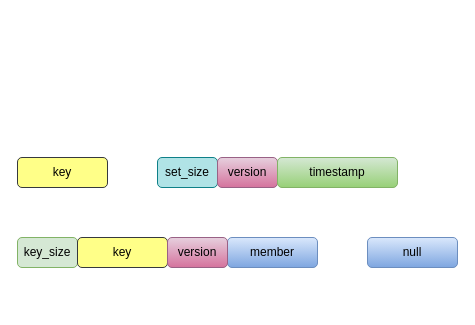
The draw.io diagram images/ocean_store.drawio in rich-broad/ocean_storage, before the edit. Source tidied: cells renumbered, new cells numbered last; positions are measured from the earlier drawing's top-left corner, leaving out a move shared by most shapes. Both pictures are drawn from the tidied source at 100%, with x=0, y=0 at pixel (17, 157).
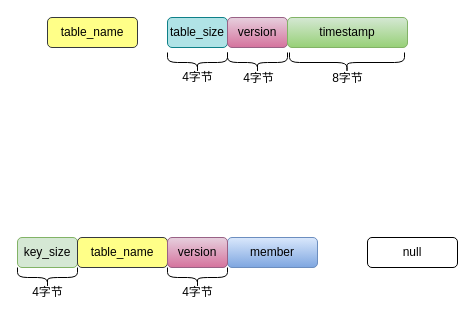
The same diagram, later.

The edit, as a diff of the source:
```diff
@@
-    <mxCell id="3" value="key" style="rounded=1;whiteSpace=wrap;html=1;fillColor=#ffff88;strokeColor=#36393d;" parent="1" vertex="1">
+    <mxCell id="3" value="table_name" style="rounded=1;whiteSpace=wrap;html=1;fillColor=#ffff88;strokeColor=#36393d;" parent="1" vertex="1">
       <mxGeometry x="60" y="80" width="90" height="30" as="geometry" />
     </mxCell>
@@
-    <mxCell id="6" value="null" style="rounded=1;whiteSpace=wrap;html=1;fillColor=#dae8fc;strokeColor=#6c8ebf;gradientColor=#7ea6e0;" parent="1" vertex="1">
+    <mxCell id="6" value="null" style="rounded=1;whiteSpace=wrap;html=1;" parent="1" vertex="1">
       <mxGeometry x="350" y="80" width="90" height="30" as="geometry" />
     </mxCell>
-    <mxCell id="7" value="key" style="rounded=1;whiteSpace=wrap;html=1;fillColor=#ffff88;strokeColor=#36393d;" parent="1" vertex="1">
-      <mxGeometry width="90" height="30" as="geometry" />
+    <mxCell id="7" value="table_name" style="rounded=1;whiteSpace=wrap;html=1;fillColor=#ffff88;strokeColor=#36393d;" parent="1" vertex="1">
+      <mxGeometry x="30" y="-140" width="90" height="30" as="geometry" />
     </mxCell>
-    <mxCell id="8" value="set_size" style="rounded=1;whiteSpace=wrap;html=1;fillColor=#b0e3e6;strokeColor=#0e8088;" parent="1" vertex="1">
-      <mxGeometry x="140" width="60" height="30" as="geometry" />
+    <mxCell id="8" value="table_size" style="rounded=1;whiteSpace=wrap;html=1;fillColor=#b0e3e6;strokeColor=#0e8088;" parent="1" vertex="1">
+      <mxGeometry x="150" y="-140" width="60" height="30" as="geometry" />
     </mxCell>
     <mxCell id="9" value="version" style="rounded=1;whiteSpace=wrap;html=1;fillColor=#e6d0de;gradientColor=#d5739d;strokeColor=#996185;" parent="1" vertex="1">
-      <mxGeometry x="200" width="60" height="30" as="geometry" />
+      <mxGeometry x="210" y="-140" width="60" height="30" as="geometry" />
     </mxCell>
     <mxCell id="10" value="timestamp" style="rounded=1;whiteSpace=wrap;html=1;fillColor=#d5e8d4;strokeColor=#82b366;gradientColor=#97d077;" parent="1" vertex="1">
-      <mxGeometry x="260" width="120" height="30" as="geometry" />
+      <mxGeometry x="270" y="-140" width="120" height="30" as="geometry" />
     </mxCell>
+    <mxCell id="11" style="shape=curlyBracket;whiteSpace=wrap;html=1;rounded=1;rotation=-90;" parent="1" vertex="1">
+      <mxGeometry x="170" y="-125" width="20" height="60" as="geometry" />
+    </mxCell>
+    <mxCell id="12" style="shape=curlyBracket;whiteSpace=wrap;html=1;rounded=1;rotation=-90;" parent="1" vertex="1">
+      <mxGeometry x="230" y="-125" width="20" height="60" as="geometry" />
+    </mxCell>
+    <mxCell id="13" style="shape=curlyBracket;whiteSpace=wrap;html=1;rounded=1;rotation=-90;" parent="1" vertex="1">
+      <mxGeometry x="319.5" y="-152.5" width="20" height="115" as="geometry" />
+    </mxCell>
+    <mxCell id="14" value="4字节" style="text;html=1;align=center;verticalAlign=middle;strokeColor=none;fillColor=none;" parent="1" vertex="1">
+      <mxGeometry x="155" y="-95" width="50" height="30" as="geometry" />
+    </mxCell>
+    <mxCell id="15" value="4字节" style="text;html=1;align=center;verticalAlign=middle;strokeColor=none;fillColor=none;" parent="1" vertex="1">
+      <mxGeometry x="216" y="-94" width="50" height="30" as="geometry" />
+    </mxCell>
+    <mxCell id="16" value="8字节" style="text;html=1;align=center;verticalAlign=middle;strokeColor=none;fillColor=none;" parent="1" vertex="1">
+      <mxGeometry x="304.5" y="-94" width="50" height="30" as="geometry" />
+    </mxCell>
+    <mxCell id="17" style="shape=curlyBracket;whiteSpace=wrap;html=1;rounded=1;rotation=-90;" parent="1" vertex="1">
+      <mxGeometry x="20" y="90" width="20" height="60" as="geometry" />
+    </mxCell>
+    <mxCell id="18" value="4字节" style="text;html=1;align=center;verticalAlign=middle;strokeColor=none;fillColor=none;" parent="1" vertex="1">
+      <mxGeometry x="5" y="120" width="50" height="30" as="geometry" />
+    </mxCell>
+    <mxCell id="19" value="4字节" style="text;html=1;align=center;verticalAlign=middle;strokeColor=none;fillColor=none;" parent="1" vertex="1">
+      <mxGeometry x="155" y="120" width="50" height="30" as="geometry" />
+    </mxCell>
+    <mxCell id="20" style="shape=curlyBracket;whiteSpace=wrap;html=1;rounded=1;rotation=-90;" parent="1" vertex="1">
+      <mxGeometry x="170" y="90" width="20" height="60" as="geometry" />
+    </mxCell>
```
